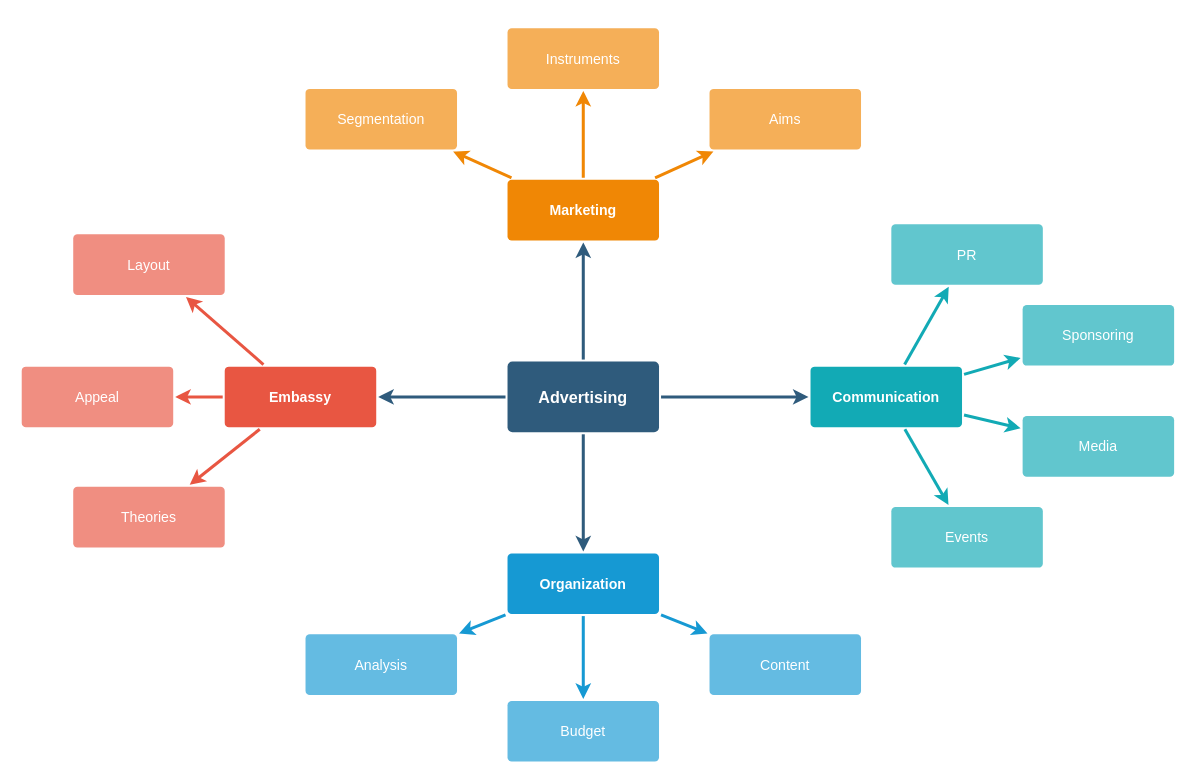
Earlier version of the draw.io diagram dir2/技术栈2.drawio (liangrui1988/diagrams). Source tidied: cells renumbered, new cells numbered last; positions are measured from the earlier drawing's top-left corner, leaving out a move shared by most shapes. Both pictures are drawn from the tidied source at 101%, with x=0, y=0 at pixel (21, 27).
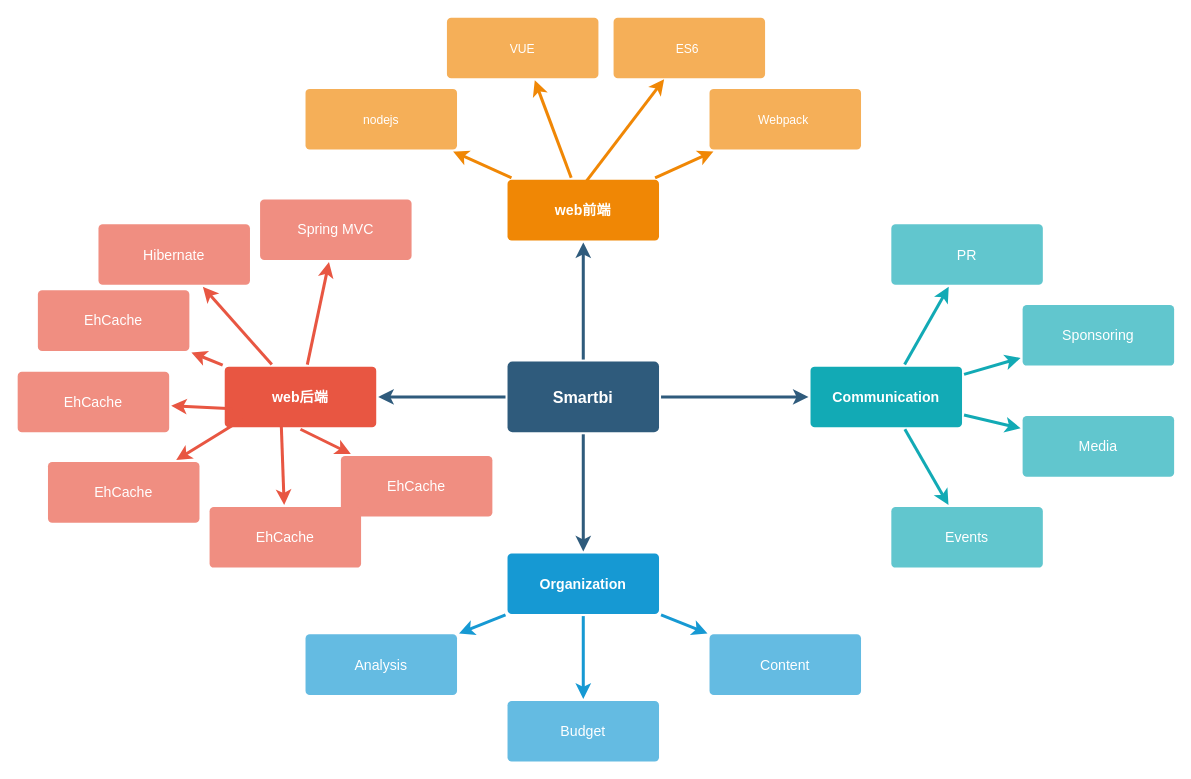
The same diagram, later.

The edit, as a diff of the source:
```diff
@@
-    <mxCell id="6" value="Advertising" style="rounded=1;whiteSpace=wrap;html=1;shadow=0;labelBackgroundColor=none;strokeColor=none;strokeWidth=3;fillColor=#2F5B7C;fontFamily=Helvetica;fontSize=16;fontColor=#FFFFFF;align=center;fontStyle=1;spacing=5;arcSize=7;perimeterSpacing=2;" parent="1" vertex="1">
+    <mxCell id="6" value="Smartbi" style="rounded=1;whiteSpace=wrap;html=1;shadow=0;labelBackgroundColor=none;strokeColor=none;strokeWidth=3;fillColor=#2F5B7C;fontFamily=Helvetica;fontSize=16;fontColor=#FFFFFF;align=center;fontStyle=1;spacing=5;arcSize=7;perimeterSpacing=2;" parent="1" vertex="1">
       <mxGeometry x="481" y="330.5" width="150" height="70" as="geometry" />
     </mxCell>
@@
-    <mxCell id="10" value="Embassy" style="rounded=1;whiteSpace=wrap;html=1;shadow=0;labelBackgroundColor=none;strokeColor=none;strokeWidth=3;fillColor=#e85642;fontFamily=Helvetica;fontSize=14;fontColor=#FFFFFF;align=center;spacing=5;fontStyle=1;arcSize=7;perimeterSpacing=2;" parent="1" vertex="1">
+    <mxCell id="10" value="web后端" style="rounded=1;whiteSpace=wrap;html=1;shadow=0;labelBackgroundColor=none;strokeColor=none;strokeWidth=3;fillColor=#e85642;fontFamily=Helvetica;fontSize=14;fontColor=#FFFFFF;align=center;spacing=5;fontStyle=1;arcSize=7;perimeterSpacing=2;" parent="1" vertex="1">
       <mxGeometry x="201" y="335.5" width="150" height="60" as="geometry" />
     </mxCell>
-    <mxCell id="11" value="Theories" style="rounded=1;whiteSpace=wrap;html=1;shadow=0;labelBackgroundColor=none;strokeColor=none;strokeWidth=3;fillColor=#f08e81;fontFamily=Helvetica;fontSize=14;fontColor=#FFFFFF;align=center;spacing=5;fontStyle=0;arcSize=7;perimeterSpacing=2;" parent="1" vertex="1">
-      <mxGeometry x="51" y="454.5" width="150" height="60" as="geometry" />
+    <mxCell id="11" value="EhCache" style="rounded=1;whiteSpace=wrap;html=1;shadow=0;labelBackgroundColor=none;strokeColor=none;strokeWidth=3;fillColor=#f08e81;fontFamily=Helvetica;fontSize=14;fontColor=#FFFFFF;align=center;spacing=5;fontStyle=0;arcSize=7;perimeterSpacing=2;" parent="1" vertex="1">
+      <mxGeometry x="16" y="260" width="150" height="60" as="geometry" />
     </mxCell>
-    <mxCell id="12" value="Appeal" style="rounded=1;whiteSpace=wrap;html=1;shadow=0;labelBackgroundColor=none;strokeColor=none;strokeWidth=3;fillColor=#f08e81;fontFamily=Helvetica;fontSize=14;fontColor=#FFFFFF;align=center;spacing=5;fontStyle=0;arcSize=7;perimeterSpacing=2;" parent="1" vertex="1">
-      <mxGeometry y="335.5" width="150" height="60" as="geometry" />
+    <mxCell id="12" value="Hibernate" style="rounded=1;whiteSpace=wrap;html=1;shadow=0;labelBackgroundColor=none;strokeColor=none;strokeWidth=3;fillColor=#f08e81;fontFamily=Helvetica;fontSize=14;fontColor=#FFFFFF;align=center;spacing=5;fontStyle=0;arcSize=7;perimeterSpacing=2;" parent="1" vertex="1">
+      <mxGeometry x="76" y="194.5" width="150" height="60" as="geometry" />
     </mxCell>
-    <mxCell id="13" value="Layout" style="rounded=1;whiteSpace=wrap;html=1;shadow=0;labelBackgroundColor=none;strokeColor=none;strokeWidth=3;fillColor=#f08e81;fontFamily=Helvetica;fontSize=14;fontColor=#FFFFFF;align=center;spacing=5;fontStyle=0;arcSize=7;perimeterSpacing=2;" parent="1" vertex="1">
-      <mxGeometry x="51" y="204.5" width="150" height="60" as="geometry" />
+    <mxCell id="13" value="Spring MVC" style="rounded=1;whiteSpace=wrap;html=1;shadow=0;labelBackgroundColor=none;strokeColor=none;strokeWidth=3;fillColor=#f08e81;fontFamily=Helvetica;fontSize=14;fontColor=#FFFFFF;align=center;spacing=5;fontStyle=0;arcSize=7;perimeterSpacing=2;" parent="1" vertex="1">
+      <mxGeometry x="236" y="170" width="150" height="60" as="geometry" />
     </mxCell>
@@
-    <mxCell id="21" value="Marketing" style="rounded=1;whiteSpace=wrap;html=1;shadow=0;labelBackgroundColor=none;strokeColor=none;strokeWidth=3;fillColor=#F08705;fontFamily=Helvetica;fontSize=14;fontColor=#FFFFFF;align=center;spacing=5;fontStyle=1;arcSize=7;perimeterSpacing=2;" parent="1" vertex="1">
+    <mxCell id="21" value="web前端" style="rounded=1;whiteSpace=wrap;html=1;shadow=0;labelBackgroundColor=none;strokeColor=none;strokeWidth=3;fillColor=#F08705;fontFamily=Helvetica;fontSize=14;fontColor=#FFFFFF;align=center;spacing=5;fontStyle=1;arcSize=7;perimeterSpacing=2;" parent="1" vertex="1">
       <mxGeometry x="481" y="150.5" width="150" height="60" as="geometry" />
     </mxCell>
-    <mxCell id="22" value="Aims&lt;br&gt;" style="rounded=1;whiteSpace=wrap;html=1;shadow=0;labelBackgroundColor=none;strokeColor=none;strokeWidth=3;fillColor=#f5af58;fontFamily=Helvetica;fontSize=14;fontColor=#FFFFFF;align=center;spacing=5;arcSize=7;perimeterSpacing=2;" parent="1" vertex="1">
+    <mxCell id="22" value="&lt;span style=&quot;font-size: 12px&quot;&gt;Webpack&amp;nbsp;&lt;/span&gt;" style="rounded=1;whiteSpace=wrap;html=1;shadow=0;labelBackgroundColor=none;strokeColor=none;strokeWidth=3;fillColor=#f5af58;fontFamily=Helvetica;fontSize=14;fontColor=#FFFFFF;align=center;spacing=5;arcSize=7;perimeterSpacing=2;" parent="1" vertex="1">
       <mxGeometry x="681" y="60.5" width="150" height="60" as="geometry" />
     </mxCell>
@@
-    <mxCell id="24" value="Instruments" style="rounded=1;whiteSpace=wrap;html=1;shadow=0;labelBackgroundColor=none;strokeColor=none;strokeWidth=3;fillColor=#f5af58;fontFamily=Helvetica;fontSize=14;fontColor=#FFFFFF;align=center;spacing=5;arcSize=7;perimeterSpacing=2;" parent="1" vertex="1">
-      <mxGeometry x="481" y="0.5" width="150" height="60" as="geometry" />
+    <mxCell id="24" value="&lt;span style=&quot;font-size: 12px&quot;&gt;VUE&lt;/span&gt;" style="rounded=1;whiteSpace=wrap;html=1;shadow=0;labelBackgroundColor=none;strokeColor=none;strokeWidth=3;fillColor=#f5af58;fontFamily=Helvetica;fontSize=14;fontColor=#FFFFFF;align=center;spacing=5;arcSize=7;perimeterSpacing=2;" parent="1" vertex="1">
+      <mxGeometry x="421" y="-10" width="150" height="60" as="geometry" />
     </mxCell>
@@
-    <mxCell id="26" value="Segmentation" style="rounded=1;whiteSpace=wrap;html=1;shadow=0;labelBackgroundColor=none;strokeColor=none;strokeWidth=3;fillColor=#f5af58;fontFamily=Helvetica;fontSize=14;fontColor=#FFFFFF;align=center;spacing=5;arcSize=7;perimeterSpacing=2;" parent="1" vertex="1">
+    <mxCell id="26" value="&lt;span style=&quot;font-size: 12px&quot;&gt;nodejs&lt;/span&gt;" style="rounded=1;whiteSpace=wrap;html=1;shadow=0;labelBackgroundColor=none;strokeColor=none;strokeWidth=3;fillColor=#f5af58;fontFamily=Helvetica;fontSize=14;fontColor=#FFFFFF;align=center;spacing=5;arcSize=7;perimeterSpacing=2;" parent="1" vertex="1">
       <mxGeometry x="281" y="60.5" width="150" height="60" as="geometry" />
     </mxCell>
@@
+    <mxCell id="37" value="&lt;span style=&quot;font-size: 12px&quot;&gt;ES6&amp;nbsp;&lt;/span&gt;" style="rounded=1;whiteSpace=wrap;html=1;shadow=0;labelBackgroundColor=none;strokeColor=none;strokeWidth=3;fillColor=#f5af58;fontFamily=Helvetica;fontSize=14;fontColor=#FFFFFF;align=center;spacing=5;arcSize=7;perimeterSpacing=2;" parent="1" vertex="1">
+      <mxGeometry x="586" y="-10" width="150" height="60" as="geometry" />
+    </mxCell>
+    <mxCell id="38" style="edgeStyle=none;rounded=0;jumpStyle=none;html=1;shadow=0;labelBackgroundColor=none;startArrow=none;startFill=0;endArrow=classic;endFill=1;jettySize=auto;strokeColor=#F08705;strokeWidth=3;fontFamily=Helvetica;fontSize=14;fontColor=#FFFFFF;spacing=5;entryX=0.338;entryY=0.984;entryDx=0;entryDy=0;entryPerimeter=0;" parent="1" edge="1" target="37">
+      <mxGeometry relative="1" as="geometry">
+        <mxPoint x="554" y="158.5" as="sourcePoint" />
+      </mxGeometry>
+    </mxCell>
+    <mxCell id="39" style="edgeStyle=none;rounded=1;jumpStyle=none;html=1;shadow=0;labelBackgroundColor=none;startArrow=none;startFill=0;jettySize=auto;strokeColor=#E85642;strokeWidth=3;fontFamily=Helvetica;fontSize=14;fontColor=#FFFFFF;spacing=5;fontStyle=1;fillColor=#b0e3e6;exitX=0.5;exitY=1;exitDx=0;exitDy=0;" parent="1" edge="1" source="10" target="40">
+      <mxGeometry relative="1" as="geometry" />
+    </mxCell>
+    <mxCell id="40" value="EhCache" style="rounded=1;whiteSpace=wrap;html=1;shadow=0;labelBackgroundColor=none;strokeColor=none;strokeWidth=3;fillColor=#f08e81;fontFamily=Helvetica;fontSize=14;fontColor=#FFFFFF;align=center;spacing=5;fontStyle=0;arcSize=7;perimeterSpacing=2;" parent="1" vertex="1">
+      <mxGeometry x="316" y="424" width="150" height="60" as="geometry" />
+    </mxCell>
+    <mxCell id="41" style="edgeStyle=none;rounded=1;jumpStyle=none;html=1;shadow=0;labelBackgroundColor=none;startArrow=none;startFill=0;jettySize=auto;strokeColor=#E85642;strokeWidth=3;fontFamily=Helvetica;fontSize=14;fontColor=#FFFFFF;spacing=5;fontStyle=1;fillColor=#b0e3e6;" parent="1" edge="1" target="42">
+      <mxGeometry relative="1" as="geometry">
+        <mxPoint x="209" y="377.3" as="sourcePoint" />
+      </mxGeometry>
+    </mxCell>
+    <mxCell id="42" value="EhCache" style="rounded=1;whiteSpace=wrap;html=1;shadow=0;labelBackgroundColor=none;strokeColor=none;strokeWidth=3;fillColor=#f08e81;fontFamily=Helvetica;fontSize=14;fontColor=#FFFFFF;align=center;spacing=5;fontStyle=0;arcSize=7;perimeterSpacing=2;" parent="1" vertex="1">
+      <mxGeometry x="-4" y="340.5" width="150" height="60" as="geometry" />
+    </mxCell>
+    <mxCell id="43" style="edgeStyle=none;rounded=1;jumpStyle=none;html=1;shadow=0;labelBackgroundColor=none;startArrow=none;startFill=0;jettySize=auto;strokeColor=#E85642;strokeWidth=3;fontFamily=Helvetica;fontSize=14;fontColor=#FFFFFF;spacing=5;fontStyle=1;fillColor=#b0e3e6;" parent="1" edge="1" target="44">
+      <mxGeometry relative="1" as="geometry">
+        <mxPoint x="219" y="387.3" as="sourcePoint" />
+      </mxGeometry>
+    </mxCell>
+    <mxCell id="44" value="EhCache" style="rounded=1;whiteSpace=wrap;html=1;shadow=0;labelBackgroundColor=none;strokeColor=none;strokeWidth=3;fillColor=#f08e81;fontFamily=Helvetica;fontSize=14;fontColor=#FFFFFF;align=center;spacing=5;fontStyle=0;arcSize=7;perimeterSpacing=2;" parent="1" vertex="1">
+      <mxGeometry x="26" y="430" width="150" height="60" as="geometry" />
+    </mxCell>
+    <mxCell id="45" style="edgeStyle=none;rounded=1;jumpStyle=none;html=1;shadow=0;labelBackgroundColor=none;startArrow=none;startFill=0;jettySize=auto;strokeColor=#E85642;strokeWidth=3;fontFamily=Helvetica;fontSize=14;fontColor=#FFFFFF;spacing=5;fontStyle=1;fillColor=#b0e3e6;exitX=0.377;exitY=0.961;exitDx=0;exitDy=0;exitPerimeter=0;" parent="1" edge="1" source="10" target="46">
+      <mxGeometry relative="1" as="geometry" />
+    </mxCell>
+    <mxCell id="46" value="EhCache" style="rounded=1;whiteSpace=wrap;html=1;shadow=0;labelBackgroundColor=none;strokeColor=none;strokeWidth=3;fillColor=#f08e81;fontFamily=Helvetica;fontSize=14;fontColor=#FFFFFF;align=center;spacing=5;fontStyle=0;arcSize=7;perimeterSpacing=2;" parent="1" vertex="1">
+      <mxGeometry x="186" y="474.5" width="150" height="60" as="geometry" />
+    </mxCell>
```
